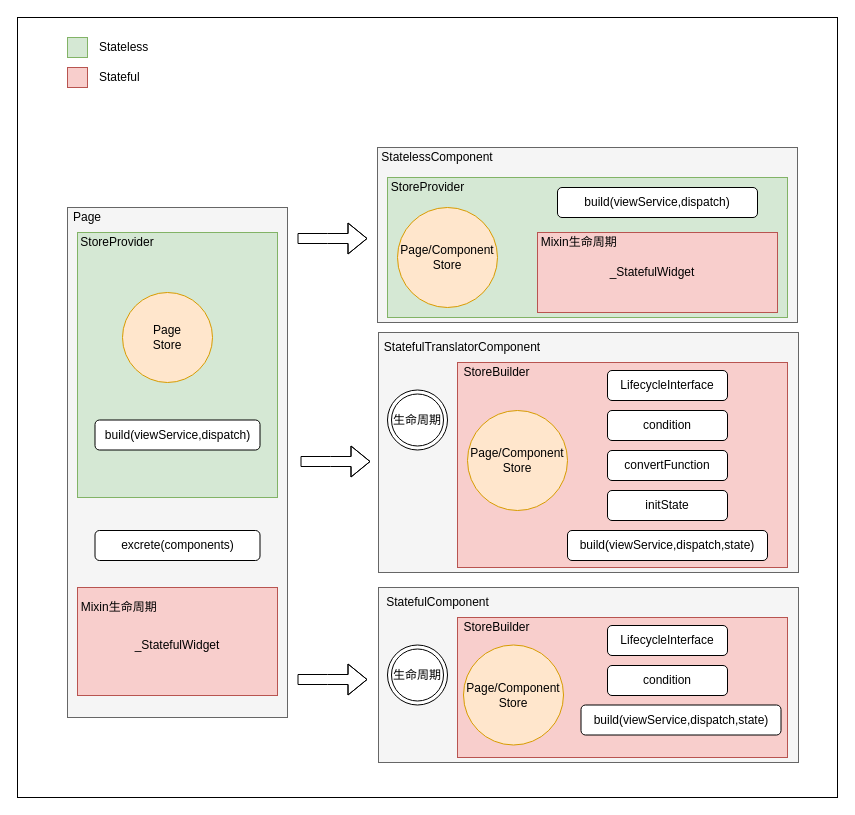
Earlier version of the draw.io diagram page "第 1 页" (1 of 2) of 组件中的状态流转.drawio (mjjde/iodraw). Source tidied: cells renumbered, new cells numbered last; positions are measured from the earlier drawing's top-left corner, leaving out a move shared by most shapes. Both pictures are drawn from the tidied source at 100%, with x=0, y=0 at pixel (17, 17).
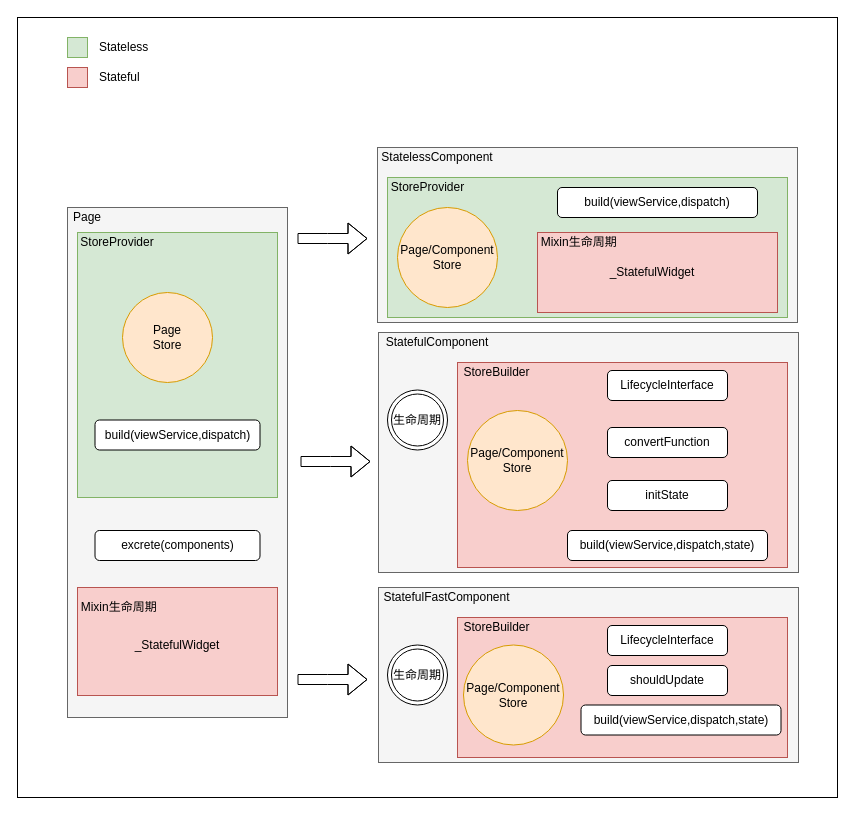
The same diagram, later.

Commit message:
更新组件中的状态流转.drawio

Diff of the diagram source:
```diff
@@
-    <mxCell id="24" value="StatefulTranslatorComponent" style="text;html=1;strokeColor=none;fillColor=none;align=center;verticalAlign=middle;whiteSpace=wrap;rounded=0;" parent="1" vertex="1">
-      <mxGeometry x="370" y="320" width="150" height="20" as="geometry" />
+    <mxCell id="24" value="StatefulComponent" style="text;html=1;strokeColor=none;fillColor=none;align=center;verticalAlign=middle;whiteSpace=wrap;rounded=0;" parent="1" vertex="1">
+      <mxGeometry x="345" y="315" width="150" height="20" as="geometry" />
     </mxCell>
@@
-    <mxCell id="31" value="condition" style="rounded=1;whiteSpace=wrap;html=1;align=center;" parent="1" vertex="1">
-      <mxGeometry x="590" y="393" width="120" height="30" as="geometry" />
-    </mxCell>
     <mxCell id="32" value="convertFunction" style="rounded=1;whiteSpace=wrap;html=1;align=center;" parent="1" vertex="1">
-      <mxGeometry x="590" y="433" width="120" height="30" as="geometry" />
+      <mxGeometry x="590" y="410" width="120" height="30" as="geometry" />
     </mxCell>
     <mxCell id="33" value="initState" style="rounded=1;whiteSpace=wrap;html=1;align=center;" parent="1" vertex="1">
-      <mxGeometry x="590" y="473" width="120" height="30" as="geometry" />
+      <mxGeometry x="590" y="463" width="120" height="30" as="geometry" />
     </mxCell>
@@
-    <mxCell id="37" value="StatefulComponent" style="text;html=1;strokeColor=none;fillColor=none;align=center;verticalAlign=middle;whiteSpace=wrap;rounded=0;" parent="1" vertex="1">
-      <mxGeometry x="370" y="575" width="101" height="20" as="geometry" />
+    <mxCell id="37" value="StatefulFastComponent" style="text;html=1;strokeColor=none;fillColor=none;align=center;verticalAlign=middle;whiteSpace=wrap;rounded=0;" parent="1" vertex="1">
+      <mxGeometry x="379" y="570" width="101" height="20" as="geometry" />
     </mxCell>
@@
-    <mxCell id="43" value="condition" style="rounded=1;whiteSpace=wrap;html=1;align=center;" parent="1" vertex="1">
+    <mxCell id="43" value="shouldUpdate" style="rounded=1;whiteSpace=wrap;html=1;align=center;" parent="1" vertex="1">
       <mxGeometry x="590" y="648" width="120" height="30" as="geometry" />
     </mxCell>
```
